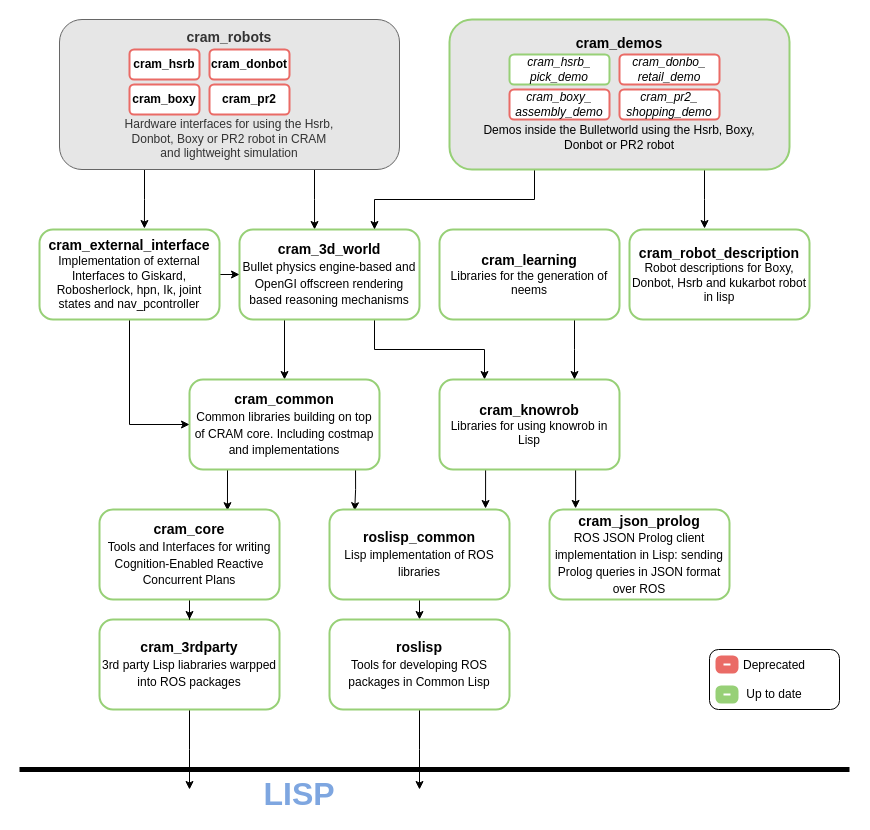
Above: graphics/cram_diagram.drawio in cram2/cram (draw.io), before the change. Source tidied: cells renumbered, new cells numbered last; positions are measured from the earlier drawing's top-left corner, leaving out a move shared by most shapes. Both pictures are drawn from the tidied source at 100%, with x=0, y=0 at pixel (19, 19).
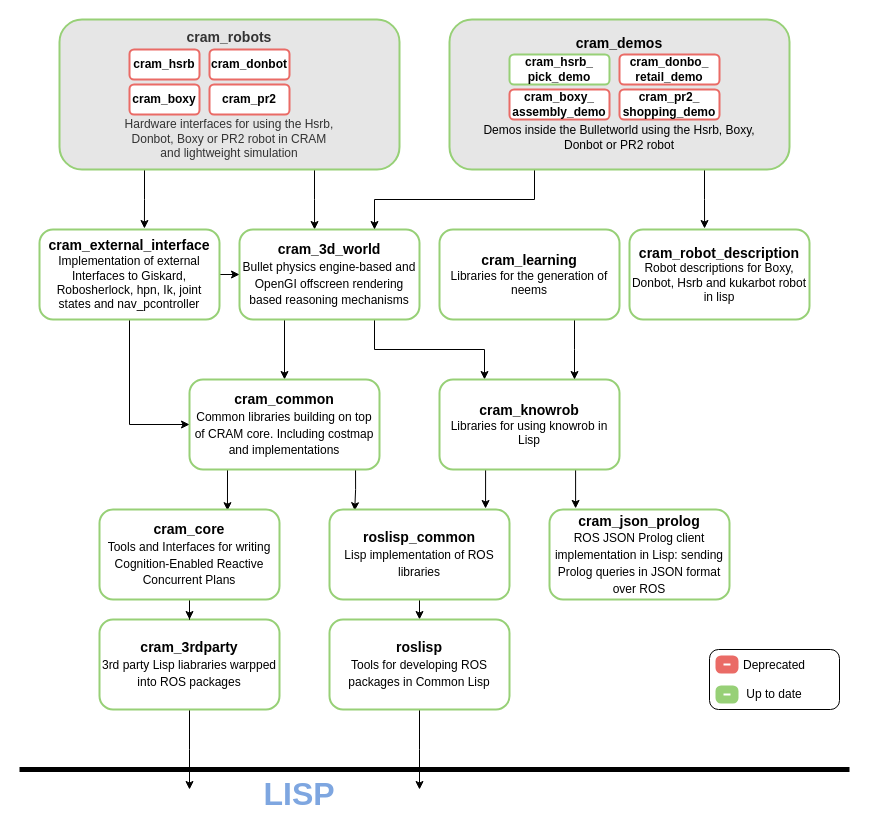
The same diagram, later.

Commit message (it also covers changes not shown here):
[graphics] small update to the diagramm

The edit, as a diff of the source:
```diff
@@
-    <mxCell id="4" value="&lt;div&gt;&lt;font style=&quot;font-size: 14px&quot;&gt;&lt;b&gt;cram_robots&lt;/b&gt;&lt;/font&gt;&lt;br&gt;&lt;/div&gt;&lt;div&gt;&lt;br&gt;&lt;/div&gt;&lt;div&gt;&lt;br&gt;&lt;/div&gt;&lt;div&gt;&lt;br&gt;&lt;/div&gt;&lt;div&gt;&lt;br&gt;&lt;/div&gt;&lt;div&gt;&lt;br&gt;&lt;/div&gt;&lt;div&gt;Hardware interfaces for using the Hsrb,&lt;br&gt;Donbot, Boxy or PR2 robot in CRAM&lt;br&gt;and lightweight simulation&lt;br&gt;&lt;/div&gt;" style="rounded=1;whiteSpace=wrap;html=1;fillColor=#E6E6E6;fontColor=#333333;strokeColor=#666666;" parent="1" vertex="1">
+    <mxCell id="4" value="&lt;div style=&quot;font-size: 14px&quot;&gt;&lt;b&gt;&lt;font style=&quot;font-size: 14px&quot;&gt;cram_robots&lt;/font&gt;&lt;/b&gt;&lt;br&gt;&lt;/div&gt;&lt;div&gt;&lt;br&gt;&lt;/div&gt;&lt;div&gt;&lt;br&gt;&lt;/div&gt;&lt;div&gt;&lt;br&gt;&lt;/div&gt;&lt;div&gt;&lt;br&gt;&lt;/div&gt;&lt;div&gt;&lt;br&gt;&lt;/div&gt;&lt;div&gt;Hardware interfaces for using the Hsrb,&lt;br&gt;Donbot, Boxy or PR2 robot in CRAM&lt;br&gt;and lightweight simulation&lt;br&gt;&lt;/div&gt;" style="rounded=1;whiteSpace=wrap;html=1;fillColor=#E6E6E6;fontColor=#333333;strokeColor=#97D077;strokeWidth=2;" parent="1" vertex="1">
       <mxGeometry x="40" width="340" height="150" as="geometry" />
     </mxCell>
@@
-    <mxCell id="36" value="&lt;i&gt;cram_boxy_&lt;br&gt;assembly_demo&lt;/i&gt;" style="rounded=1;whiteSpace=wrap;html=1;fontColor=#000000;strokeColor=#EA6B66;strokeWidth=2;" parent="1" vertex="1">
+    <mxCell id="36" value="&lt;b&gt;cram_boxy_&lt;br&gt;assembly_demo&lt;/b&gt;" style="rounded=1;whiteSpace=wrap;html=1;fontColor=#000000;strokeColor=#EA6B66;strokeWidth=2;" parent="1" vertex="1">
       <mxGeometry x="490" y="70" width="100" height="30" as="geometry" />
     </mxCell>
-    <mxCell id="37" value="&lt;i&gt;cram_donbo_&lt;br&gt;retail_demo&lt;/i&gt;" style="rounded=1;whiteSpace=wrap;html=1;fontColor=#000000;strokeColor=#EA6B66;strokeWidth=2;" parent="1" vertex="1">
+    <mxCell id="37" value="&lt;b&gt;cram_donbo_&lt;br&gt;retail_demo&lt;/b&gt;" style="rounded=1;whiteSpace=wrap;html=1;fontColor=#000000;strokeColor=#EA6B66;strokeWidth=2;" parent="1" vertex="1">
       <mxGeometry x="600" y="35" width="100" height="30" as="geometry" />
     </mxCell>
-    <mxCell id="38" value="&lt;i&gt;cram_hsrb_&lt;br&gt;pick_demo&lt;/i&gt;" style="rounded=1;whiteSpace=wrap;html=1;fontColor=#000000;strokeColor=#97D077;strokeWidth=2;" parent="1" vertex="1">
+    <mxCell id="38" value="&lt;b&gt;cram_hsrb_&lt;br&gt;pick_demo&lt;/b&gt;" style="rounded=1;whiteSpace=wrap;html=1;fontColor=#000000;strokeColor=#97D077;strokeWidth=2;" parent="1" vertex="1">
       <mxGeometry x="490" y="35" width="100" height="30" as="geometry" />
     </mxCell>
-    <mxCell id="39" value="&lt;i&gt;cram_pr2_&lt;br&gt;shopping_demo&lt;/i&gt;" style="rounded=1;whiteSpace=wrap;html=1;fontColor=#000000;strokeColor=#EA6B66;strokeWidth=2;" parent="1" vertex="1">
+    <mxCell id="39" value="&lt;b&gt;cram_pr2_&lt;br&gt;shopping_demo&lt;/b&gt;" style="rounded=1;whiteSpace=wrap;html=1;fontColor=#000000;strokeColor=#EA6B66;strokeWidth=2;" parent="1" vertex="1">
       <mxGeometry x="600" y="70" width="100" height="30" as="geometry" />
     </mxCell>
```
